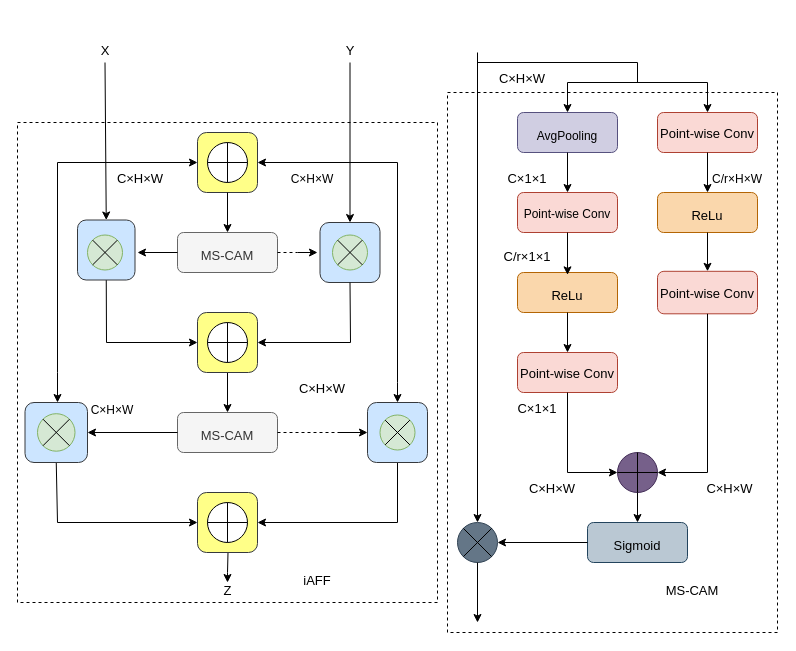
The draw.io diagram iAFF.drawio in lgq622/long, before the edit. Source tidied: cells renumbered, new cells numbered last; positions are measured from the earlier drawing's top-left corner, leaving out a move shared by most shapes. Both pictures are drawn from the tidied source at 100%, with x=0, y=0 at pixel (17, 32).
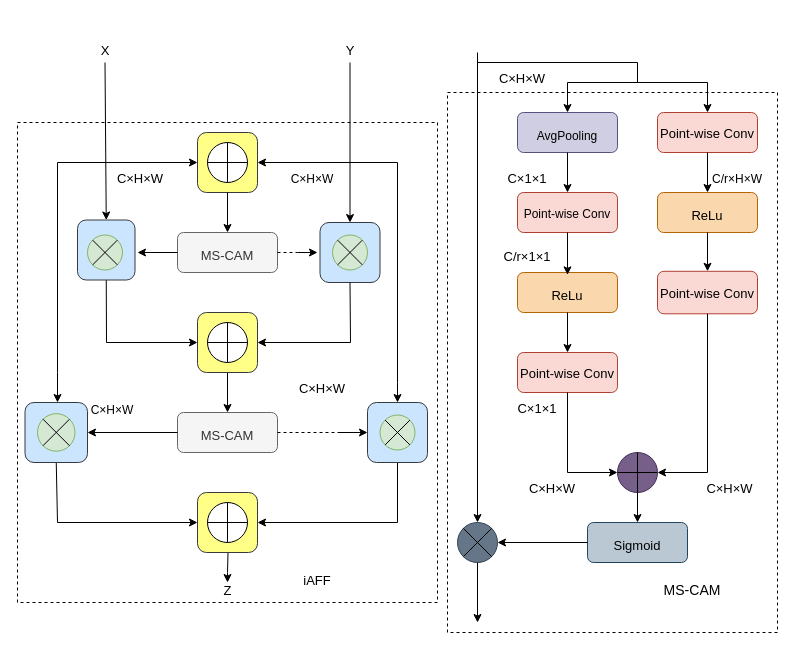
Above is the later version.

What changed in the source:
```diff
@@
-    <mxCell id="78" value="&lt;h1&gt;&lt;font style=&quot;font-weight: normal; font-size: 13px;&quot;&gt;MS-CAM&lt;/font&gt;&lt;/h1&gt;" style="text;html=1;align=center;verticalAlign=middle;whiteSpace=wrap;rounded=0;" parent="1" vertex="1">
+    <mxCell id="78" value="&lt;h1&gt;&lt;font style=&quot;font-weight: normal; font-size: 14px;&quot;&gt;MS-CAM&lt;/font&gt;&lt;/h1&gt;" style="text;html=1;align=center;verticalAlign=middle;whiteSpace=wrap;rounded=0;" parent="1" vertex="1">
       <mxGeometry x="620" y="540" width="110" height="30" as="geometry" />
     </mxCell>
```
